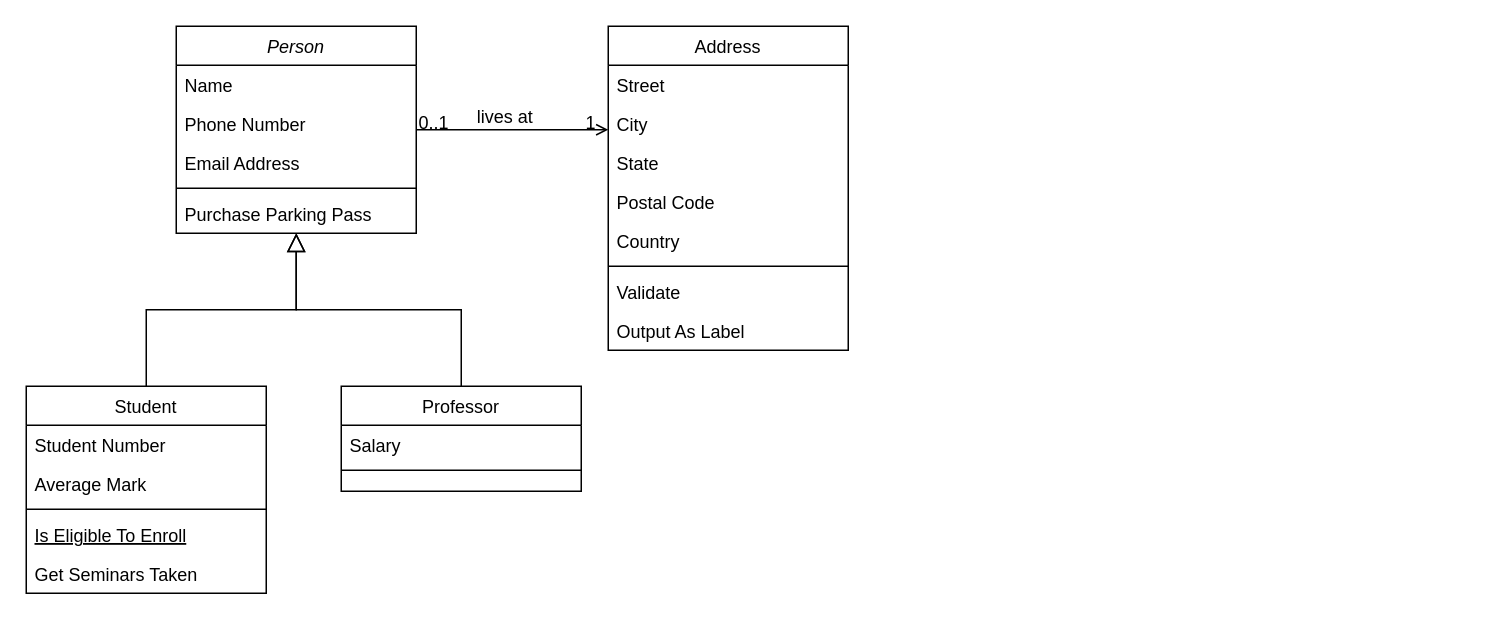
The draw.io diagram Untitled Diagram.drawio in Hoshmand01/uml, before the edit. Source tidied: cells renumbered, new cells numbered last; positions are measured from the earlier drawing's top-left corner, leaving out a move shared by most shapes. Both pictures are drawn from the tidied source at 150%, with x=0, y=0 at pixel (26, 26).
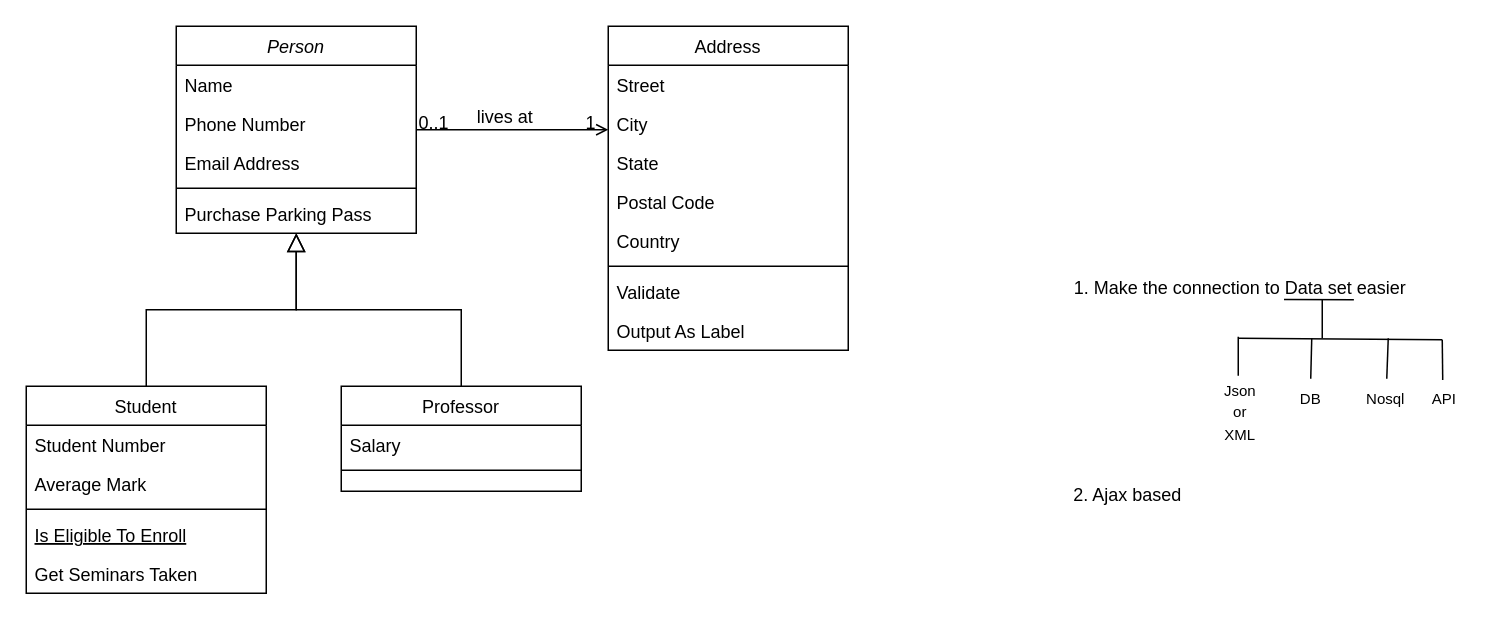
After the change.

What changed in the source:
```diff
@@
+    <mxCell id="32" value="1. Make the connection to Data set easier" style="text;html=1;align=center;verticalAlign=middle;strokeColor=none;fillColor=none;" parent="1" vertex="1">
+      <mxGeometry x="689" y="162" width="239" height="26" as="geometry" />
+    </mxCell>
+    <mxCell id="33" value="2. Ajax based" style="text;html=1;align=center;verticalAlign=middle;strokeColor=none;fillColor=none;" parent="1" vertex="1">
+      <mxGeometry x="689" y="300" width="90" height="26" as="geometry" />
+    </mxCell>
+    <mxCell id="34" style="endArrow=none;html=1;rounded=0;exitX=0.634;exitY=0.927;exitDx=0;exitDy=0;exitPerimeter=0;entryX=0.829;entryY=0.937;entryDx=0;entryDy=0;entryPerimeter=0;" parent="1" edge="1">
+      <mxGeometry relative="1" as="geometry">
+        <mxPoint x="838.5" y="182.1" as="sourcePoint" />
+        <mxPoint x="885.1" y="182.4" as="targetPoint" />
+      </mxGeometry>
+    </mxCell>
+    <mxCell id="35" style="endArrow=none;html=1;rounded=0;" parent="1" edge="1">
+      <mxGeometry relative="1" as="geometry">
+        <mxPoint x="864" y="208" as="sourcePoint" />
+        <mxPoint x="864" y="182" as="targetPoint" />
+      </mxGeometry>
+    </mxCell>
+    <mxCell id="36" style="endArrow=none;html=1;rounded=0;" parent="1" edge="1">
+      <mxGeometry relative="1" as="geometry">
+        <mxPoint x="808" y="208" as="sourcePoint" />
+        <mxPoint x="944" y="209" as="targetPoint" />
+      </mxGeometry>
+    </mxCell>
+    <mxCell id="37" value="&lt;font style=&quot;font-size: 10px;&quot;&gt;Json&lt;br&gt;or&lt;br&gt;XML&lt;/font&gt;" style="text;html=1;align=center;verticalAlign=middle;strokeColor=none;fillColor=none;" parent="1" vertex="1">
+      <mxGeometry x="789" y="229" width="39" height="55" as="geometry" />
+    </mxCell>
+    <mxCell id="38" value="&lt;font style=&quot;font-size: 10px;&quot;&gt;DB&lt;/font&gt;" style="text;html=1;align=center;verticalAlign=middle;points=[];strokeColor=none;fillColor=none;" parent="1" vertex="1">
+      <mxGeometry x="840" y="235" width="32" height="26" as="geometry" />
+    </mxCell>
+    <mxCell id="39" value="&lt;font style=&quot;font-size: 10px;&quot;&gt;Nosql&lt;/font&gt;" style="text;html=1;align=center;verticalAlign=middle;points=[];strokeColor=none;fillColor=none;" parent="1" vertex="1">
+      <mxGeometry x="884" y="235" width="44" height="26" as="geometry" />
+    </mxCell>
+    <mxCell id="40" value="&lt;font style=&quot;font-size: 10px;&quot;&gt;API&lt;/font&gt;" style="text;html=1;align=center;verticalAlign=middle;points=[];strokeColor=none;fillColor=none;" parent="1" vertex="1">
+      <mxGeometry x="928" y="235" width="34" height="26" as="geometry" />
+    </mxCell>
+    <mxCell id="41" style="endArrow=none;html=1;rounded=0;exitX=0.48;exitY=0.032;exitDx=0;exitDy=0;exitPerimeter=0;" parent="1" edge="1" source="40">
+      <mxGeometry relative="1" as="geometry">
+        <mxPoint x="944" y="209" as="targetPoint" />
+      </mxGeometry>
+    </mxCell>
+    <mxCell id="42" style="endArrow=none;html=1;rounded=0;exitX=0.523;exitY=0;exitDx=0;exitDy=0;exitPerimeter=0;" parent="1" edge="1" source="39">
+      <mxGeometry relative="1" as="geometry">
+        <mxPoint x="908" y="208" as="targetPoint" />
+      </mxGeometry>
+    </mxCell>
+    <mxCell id="43" style="endArrow=none;html=1;rounded=0;" parent="1" edge="1" source="38">
+      <mxGeometry relative="1" as="geometry">
+        <mxPoint x="857" y="208" as="targetPoint" />
+      </mxGeometry>
+    </mxCell>
+    <mxCell id="44" style="endArrow=none;html=1;rounded=0;" parent="1" edge="1">
+      <mxGeometry relative="1" as="geometry">
+        <mxPoint x="808" y="233" as="sourcePoint" />
+        <mxPoint x="808" y="207" as="targetPoint" />
+      </mxGeometry>
+    </mxCell>
```
